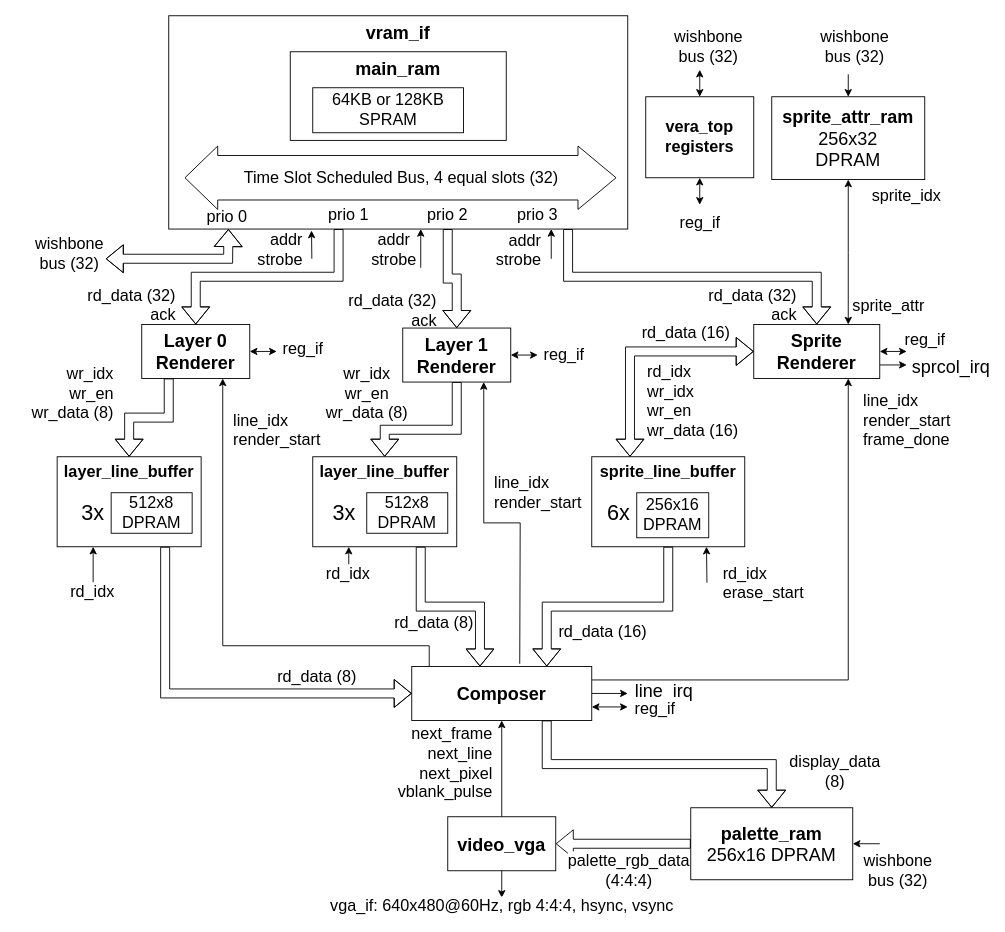
epsilon537/boxlambda keeps this draw.io diagram as docs/assets/vera_wishbone.drawio. Above is the earlier version. Source tidied: cells renumbered, new cells numbered last; positions are measured from the earlier drawing's top-left corner, leaving out a move shared by most shapes. Both pictures are drawn from the tidied source at 90%, with x=0, y=0 at pixel (42, 15).
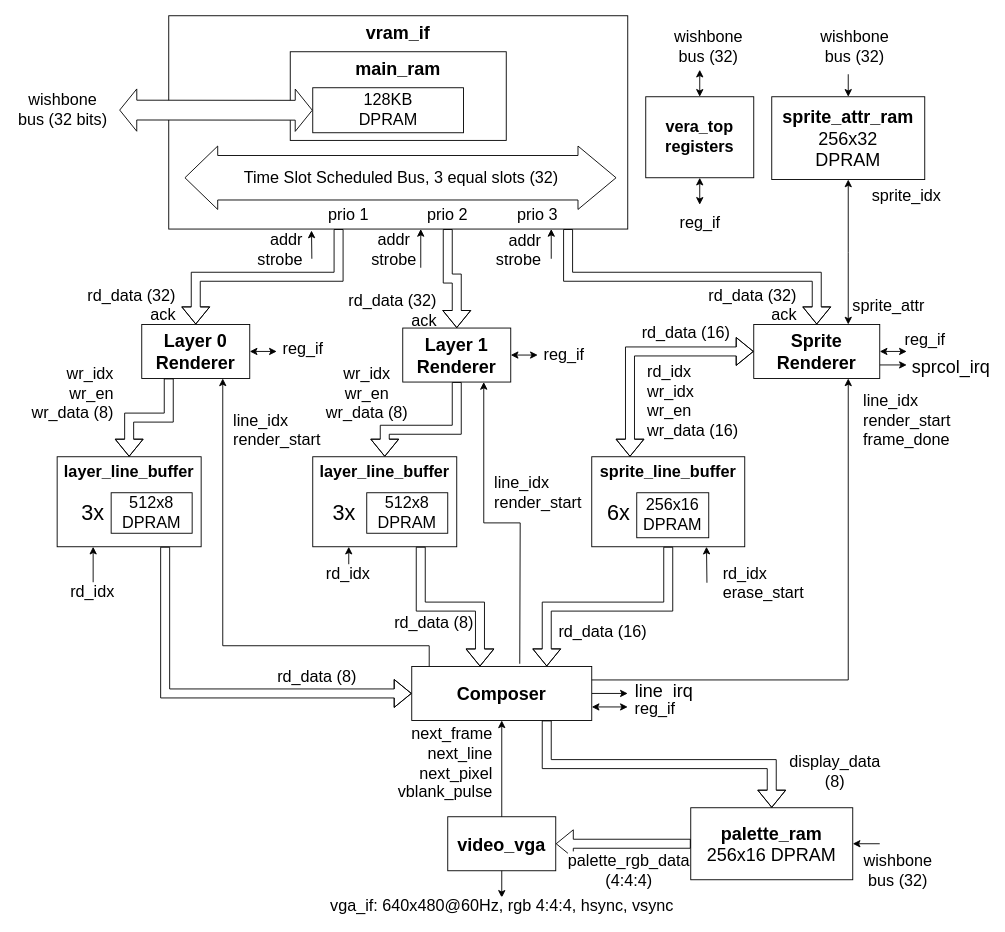
Above is the later version.

Unchanged cells that the change refers to:
```xml
<mxCell id="2" value="&lt;b style=&quot;font-size: 20px;&quot;&gt;vram_if&lt;/b&gt;" style="rounded=0;whiteSpace=wrap;html=1;direction=east;verticalAlign=top;fontSize=20;points=[[0,0,0,0,0],[0,0.25,0,0,0],[0,0.51,0,0,0],[0,0.75,0,0,0],[0,1,0,0,0],[0.13,1,0,0,0],[0.25,0,0,0,0],[0.25,1,0,0,0],[0.37,1,0,0,0],[0.5,0,0,0,0],[0.5,1,0,0,0],[0.63,1,0,0,0],[0.75,0,0,0,0],[0.75,1,0,0,0],[0.87,1,0,0,0],[1,0,0,0,0],[1,0.25,0,0,0],[1,0.51,0,0,0],[1,0.75,0,0,0],[1,1,0,0,0]];" parent="1" vertex="1">
  <mxGeometry x="140" width="510" height="237" as="geometry" />
</mxCell>
```

Change to the diagram source:
```diff
@@
-    <mxCell id="59" value="64KB or 128KB&lt;br&gt;SPRAM" style="rounded=0;whiteSpace=wrap;html=1;fontSize=18;" parent="1" vertex="1">
+    <mxCell id="59" value="128KB&lt;br&gt;DPRAM" style="rounded=0;whiteSpace=wrap;html=1;fontSize=18;" parent="1" vertex="1">
       <mxGeometry x="300" y="80" width="167.5" height="50" as="geometry" />
     </mxCell>
@@
-    <mxCell id="63" value="Time Slot Scheduled Bus, 4 equal slots (32)" style="shape=flexArrow;endArrow=classic;html=1;rounded=0;fontSize=18;targetPerimeterSpacing=0;startArrow=block;width=49.411764705882355;startSize=11.799999999999999;endSize=13.76470588235294;" parent="1" edge="1">
+    <mxCell id="63" value="Time Slot Scheduled Bus, 3 equal slots (32)" style="shape=flexArrow;endArrow=classic;html=1;rounded=0;fontSize=18;targetPerimeterSpacing=0;startArrow=block;width=49.411764705882355;startSize=11.799999999999999;endSize=13.76470588235294;" parent="1" edge="1">
       <mxGeometry relative="1" as="geometry">
         <mxPoint x="157.5" y="180" as="sourcePoint" />
         <mxPoint x="637.5" y="180" as="targetPoint" />
       </mxGeometry>
     </mxCell>
-    <mxCell id="64" style="shape=flexArrow;endArrow=classic;startArrow=classic;html=1;rounded=0;fontSize=18;targetPerimeterSpacing=0;entryX=0.13;entryY=1;entryDx=0;entryDy=0;entryPerimeter=0;" parent="1" edge="1" target="2">
-      <mxGeometry relative="1" as="geometry">
-        <mxPoint x="70" y="270" as="sourcePoint" />
-        <Array as="points">
-          <mxPoint x="206" y="270" />
-        </Array>
-      </mxGeometry>
-    </mxCell>
-    <mxCell id="65" value="prio 0" style="text;html=1;strokeColor=none;fillColor=none;align=center;verticalAlign=middle;whiteSpace=wrap;rounded=0;fontSize=18;" parent="1" vertex="1">
-      <mxGeometry x="175" y="209" width="60" height="30" as="geometry" />
-    </mxCell>
-    <mxCell id="66" value="wishbone bus (32)" style="text;html=1;strokeColor=none;fillColor=none;align=center;verticalAlign=middle;whiteSpace=wrap;rounded=0;fontSize=18;" parent="1" vertex="1">
-      <mxGeometry y="250" width="60" height="30" as="geometry" />
-    </mxCell>
@@
+    <mxCell id="75" style="shape=flexArrow;endArrow=classic;startArrow=classic;html=1;rounded=0;fontSize=18;targetPerimeterSpacing=0;entryX=0;entryY=0.5;entryDx=0;entryDy=0;startWidth=24;startSize=5.99;width=22;endWidth=24;endSize=5.99;fillColor=default;" parent="1" edge="1">
+      <mxGeometry relative="1" as="geometry">
+        <mxPoint x="85" y="104.8" as="sourcePoint" />
+        <mxPoint x="300" y="105" as="targetPoint" />
+      </mxGeometry>
+    </mxCell>
+    <mxCell id="76" value="wishbone bus (32 bits)" style="text;html=1;strokeColor=none;fillColor=none;align=center;verticalAlign=middle;whiteSpace=wrap;rounded=0;fontSize=18;" parent="1" vertex="1">
+      <mxGeometry x="-30" y="90" width="105" height="30" as="geometry" />
+    </mxCell>
```
